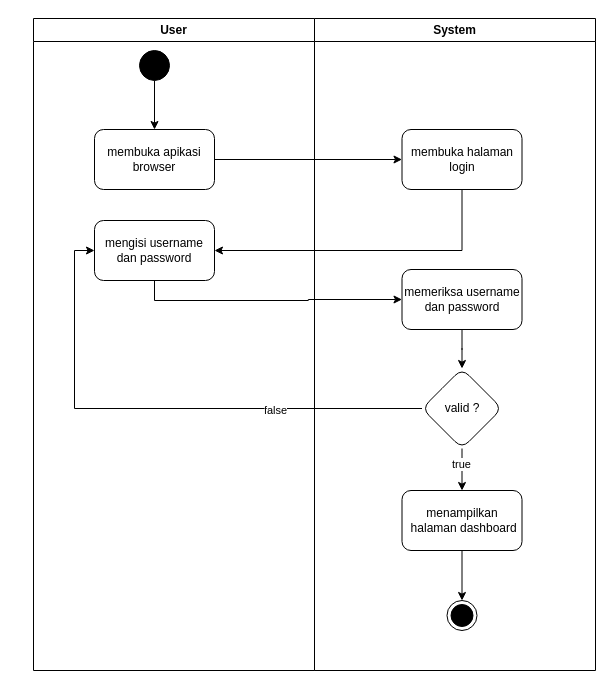
Before: page "Activity Login" (7 of 41) of public/Untitled Diagram.drawio in alinurd/simpanPinjam, a draw.io diagram. Source tidied: cells renumbered, new cells numbered last; positions are measured from the earlier drawing's top-left corner, leaving out a move shared by most shapes. Both pictures are drawn from the tidied source at 100%, with x=0, y=0 at pixel (33, 18).
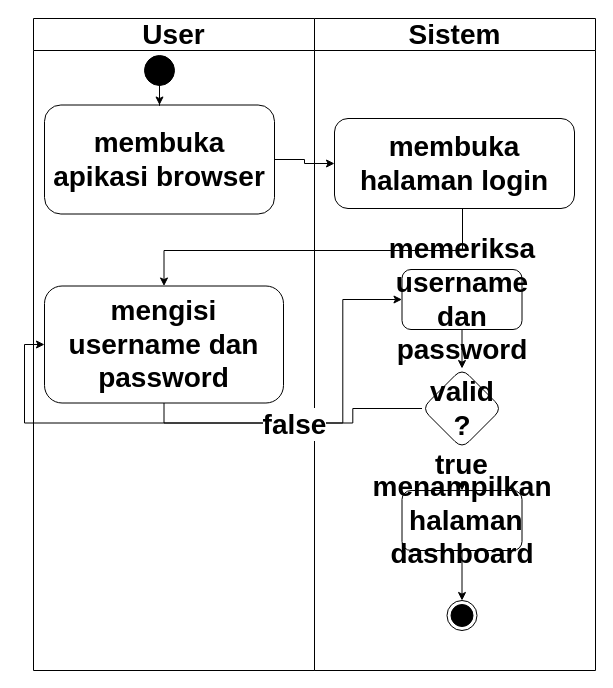
The same diagram, later.

Change to the diagram source:
```diff
@@
-    <mxCell id="2" style="group;" parent="1" vertex="1">
+    <mxCell id="2" style="group;fontSize=28;fontStyle=1;" parent="1" vertex="1">
       <mxGeometry width="562" height="652" as="geometry" />
     </mxCell>
-    <mxCell id="3" value="User" style="swimlane;whiteSpace=wrap;html=1;" parent="2" vertex="1">
+    <mxCell id="3" value="User" style="swimlane;whiteSpace=wrap;html=1;fontSize=28;fontStyle=1;startSize=32;" parent="2" vertex="1">
       <mxGeometry width="281" height="652" as="geometry" />
     </mxCell>
-    <mxCell id="4" value="membuka apikasi browser" style="rounded=1;whiteSpace=wrap;html=1;" parent="3" vertex="1">
-      <mxGeometry x="61" y="111" width="120" height="60" as="geometry" />
+    <mxCell id="4" value="membuka apikasi browser" style="rounded=1;whiteSpace=wrap;html=1;fontSize=28;fontStyle=1;" parent="3" vertex="1">
+      <mxGeometry x="11" y="86.5" width="230" height="109" as="geometry" />
     </mxCell>
+    <mxCell id="6" value="mengisi username dan password" style="rounded=1;whiteSpace=wrap;html=1;fontSize=28;fontStyle=1;" parent="3" vertex="1">
+      <mxGeometry x="11" y="267.5" width="239" height="117" as="geometry" />
+    </mxCell>
-    <mxCell id="5" style="edgeStyle=orthogonalEdgeStyle;rounded=0;jettySize=auto;html=1;exitX=0.5;exitY=1;exitDx=0;exitDy=0;" parent="3" edge="1" source="7" target="4">
+    <mxCell id="5" style="edgeStyle=orthogonalEdgeStyle;rounded=0;jettySize=auto;html=1;" parent="3" edge="1" source="7" target="4">
       <mxGeometry relative="1" as="geometry" />
     </mxCell>
-    <mxCell id="6" value="mengisi username dan password" style="rounded=1;whiteSpace=wrap;html=1;" parent="3" vertex="1">
-      <mxGeometry x="61" y="202" width="120" height="60" as="geometry" />
-    </mxCell>
-    <mxCell id="7" style="ellipse;fillColor=strokeColor;html=1;" parent="3" vertex="1">
-      <mxGeometry x="106" y="32" width="30" height="30" as="geometry" />
+    <mxCell id="7" style="ellipse;fillColor=strokeColor;html=1;fontSize=28;fontStyle=1;" parent="3" vertex="1">
+      <mxGeometry x="111" y="37" width="30" height="30" as="geometry" />
     </mxCell>
-    <mxCell id="8" value="System" style="swimlane;whiteSpace=wrap;html=1;" parent="2" vertex="1">
+    <mxCell id="8" value="Sistem" style="swimlane;whiteSpace=wrap;html=1;fontSize=28;fontStyle=1;startSize=32;" parent="2" vertex="1">
       <mxGeometry x="281" width="281" height="652" as="geometry" />
     </mxCell>
-    <mxCell id="9" value="membuka halaman login" style="rounded=1;whiteSpace=wrap;html=1;" parent="8" vertex="1">
-      <mxGeometry x="87.5" y="111" width="120" height="60" as="geometry" />
+    <mxCell id="9" value="membuka halaman login" style="rounded=1;whiteSpace=wrap;html=1;fontSize=28;fontStyle=1;" parent="8" vertex="1">
+      <mxGeometry x="20" y="100" width="240" height="90" as="geometry" />
     </mxCell>
-    <mxCell id="10" style="edgeStyle=orthogonalEdgeStyle;rounded=0;jettySize=auto;html=1;" parent="8" edge="1" source="11" target="14">
+    <mxCell id="10" style="edgeStyle=orthogonalEdgeStyle;rounded=0;jettySize=auto;html=1;fontSize=28;fontStyle=1;" parent="8" edge="1" source="11" target="14">
       <mxGeometry relative="1" as="geometry" />
     </mxCell>
-    <mxCell id="11" value="memeriksa username dan password" style="rounded=1;whiteSpace=wrap;html=1;" parent="8" vertex="1">
+    <mxCell id="11" value="memeriksa username dan password" style="rounded=1;whiteSpace=wrap;html=1;fontSize=28;fontStyle=1;" parent="8" vertex="1">
       <mxGeometry x="87.5" y="251" width="120" height="60" as="geometry" />
     </mxCell>
-    <mxCell id="12" style="edgeStyle=orthogonalEdgeStyle;rounded=0;jettySize=auto;html=1;" parent="8" edge="1" source="14" target="16">
+    <mxCell id="12" style="edgeStyle=orthogonalEdgeStyle;rounded=0;jettySize=auto;html=1;fontSize=28;fontStyle=1;" parent="8" edge="1" source="14" target="16">
       <mxGeometry relative="1" as="geometry" />
     </mxCell>
-    <mxCell id="13" value="true" style="edgeLabel;html=1;align=center;verticalAlign=middle;" parent="12" vertex="1">
+    <mxCell id="13" value="true" style="edgeLabel;html=1;align=center;verticalAlign=middle;fontSize=28;fontStyle=1;" parent="12" vertex="1">
       <mxGeometry x="-0.29" y="-1" relative="1" as="geometry" />
     </mxCell>
-    <mxCell id="14" value="valid ?" style="rhombus;whiteSpace=wrap;html=1;rounded=1;" parent="8" vertex="1">
+    <mxCell id="14" value="valid ?" style="rhombus;whiteSpace=wrap;html=1;rounded=1;fontSize=28;fontStyle=1;" parent="8" vertex="1">
       <mxGeometry x="107.5" y="350" width="80" height="80" as="geometry" />
     </mxCell>
-    <mxCell id="15" style="edgeStyle=orthogonalEdgeStyle;rounded=0;jettySize=auto;html=1;" parent="8" edge="1" source="16" target="17">
+    <mxCell id="15" style="edgeStyle=orthogonalEdgeStyle;rounded=0;jettySize=auto;html=1;fontSize=28;fontStyle=1;" parent="8" edge="1" source="16" target="17">
       <mxGeometry relative="1" as="geometry" />
     </mxCell>
-    <mxCell id="16" value="menampilkan&lt;br&gt;&amp;nbsp;halaman dashboard" style="whiteSpace=wrap;html=1;rounded=1;" parent="8" vertex="1">
+    <mxCell id="16" value="menampilkan&lt;br style=&quot;font-size: 28px;&quot;&gt;&amp;nbsp;halaman dashboard" style="whiteSpace=wrap;html=1;rounded=1;fontSize=28;fontStyle=1;" parent="8" vertex="1">
       <mxGeometry x="87.5" y="472" width="120" height="60" as="geometry" />
     </mxCell>
-    <mxCell id="17" style="ellipse;html=1;shape=endState;fillColor=strokeColor;" parent="8" vertex="1">
+    <mxCell id="17" style="ellipse;html=1;shape=endState;fillColor=strokeColor;fontSize=28;fontStyle=1;" parent="8" vertex="1">
       <mxGeometry x="132.5" y="582" width="30" height="30" as="geometry" />
     </mxCell>
-    <mxCell id="18" style="edgeStyle=orthogonalEdgeStyle;rounded=0;jettySize=auto;html=1;" parent="2" edge="1" source="4" target="9">
+    <mxCell id="18" style="edgeStyle=orthogonalEdgeStyle;rounded=0;jettySize=auto;html=1;fontSize=28;fontStyle=1;" parent="2" edge="1" source="4" target="9">
       <mxGeometry relative="1" as="geometry" />
     </mxCell>
-    <mxCell id="19" style="edgeStyle=orthogonalEdgeStyle;rounded=0;jettySize=auto;html=1;" parent="2" edge="1" source="9" target="6">
+    <mxCell id="19" style="edgeStyle=orthogonalEdgeStyle;rounded=0;jettySize=auto;html=1;fontSize=28;fontStyle=1;" parent="2" edge="1" source="9" target="6">
       <mxGeometry relative="1" as="geometry">
         <Array as="points">
           <mxPoint x="429" y="232" />
         </Array>
       </mxGeometry>
     </mxCell>
-    <mxCell id="20" style="edgeStyle=orthogonalEdgeStyle;rounded=0;jettySize=auto;html=1;entryX=0;entryY=0.5;entryDx=0;entryDy=0;exitX=0.5;exitY=1;exitDx=0;exitDy=0;" parent="2" edge="1" source="6" target="11">
+    <mxCell id="20" style="edgeStyle=orthogonalEdgeStyle;rounded=0;jettySize=auto;html=1;entryX=0;entryY=0.5;entryDx=0;entryDy=0;exitX=0.5;exitY=1;exitDx=0;exitDy=0;fontSize=28;fontStyle=1;" parent="2" edge="1" source="6" target="11">
       <mxGeometry relative="1" as="geometry" />
     </mxCell>
-    <mxCell id="21" style="edgeStyle=orthogonalEdgeStyle;rounded=0;jettySize=auto;html=1;entryX=0;entryY=0.5;entryDx=0;entryDy=0;" parent="2" edge="1" source="14" target="6">
+    <mxCell id="21" style="edgeStyle=orthogonalEdgeStyle;rounded=0;jettySize=auto;html=1;entryX=0;entryY=0.5;entryDx=0;entryDy=0;fontSize=28;fontStyle=1;" parent="2" edge="1" source="14" target="6">
       <mxGeometry relative="1" as="geometry" />
     </mxCell>
-    <mxCell id="22" value="false" style="edgeLabel;html=1;align=center;verticalAlign=middle;" parent="21" vertex="1">
+    <mxCell id="22" value="false" style="edgeLabel;html=1;align=center;verticalAlign=middle;fontSize=28;fontStyle=1;" parent="21" vertex="1">
       <mxGeometry x="-0.44" y="1" relative="1" as="geometry" />
     </mxCell>
```
